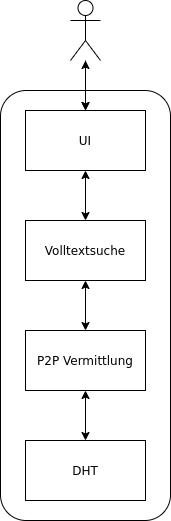
Above: images/Schichten-alt.png in htw-projekt-p2p-volltextsuche/vortrag (draw.io), before the change. Source tidied: cells renumbered, new cells last; positions are measured from the earlier drawing's top-left corner, leaving out a move shared by most shapes.
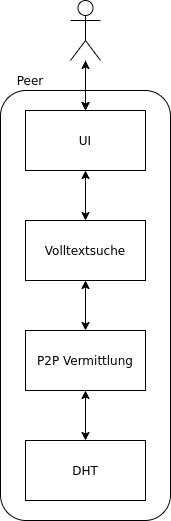
Above is the later version.

Change to the diagram source:
```diff
@@ -35,5 +35,8 @@
     <mxCell id="12" value="DHT" style="rounded=0;whiteSpace=wrap;html=1;" parent="1" vertex="1">
       <mxGeometry x="25" y="440" width="120" height="60" as="geometry" />
     </mxCell>
+    <mxCell id="13" value="Peer" style="text;html=1;strokeColor=none;fillColor=none;align=center;verticalAlign=middle;whiteSpace=wrap;rounded=0;" parent="1" vertex="1">
+      <mxGeometry x="10" y="70" width="40" height="20" as="geometry" />
+    </mxCell>
   </root>
 </mxGraphModel>
```
